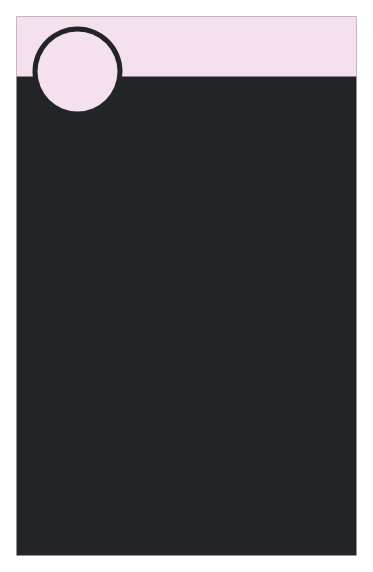
This is 未命名绘图.drawio from KagariET01/kagariet01.github.io, a draw.io file, before an edit. Source tidied: cells renumbered, new cells numbered last; positions are measured from the earlier drawing's top-left corner, leaving out a move shared by most shapes. Both pictures are drawn from the tidied source at 100%, with x=0, y=0 at pixel (16, 16).
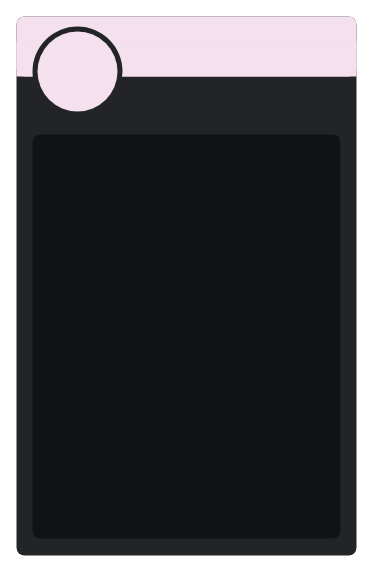
After the change.

Commit message:
更新未命名绘图.drawio

What changed in the source:
```diff
@@
 <mxGraphModel>
   <root>
     <mxCell id="0" />
     <mxCell id="1" parent="0" />
-    <mxCell id="2" style="rounded=0;whiteSpace=wrap;html=1;strokeColor=none;fillColor=#232428;" parent="1" vertex="1">
+    <mxCell id="2" style="rounded=1;whiteSpace=wrap;html=1;strokeColor=none;fillColor=#232428;arcSize=2.352;" parent="1" vertex="1">
       <mxGeometry width="340" height="539" as="geometry" />
     </mxCell>
-    <mxCell id="3" style="rounded=0;whiteSpace=wrap;html=1;fillColor=#f5e0ed;strokeColor=none;" parent="1" vertex="1">
+    <mxCell id="3" style="rounded=1;whiteSpace=wrap;html=1;fillColor=#f5e0ed;strokeColor=none;arcSize=13.3333;" parent="1" vertex="1">
       <mxGeometry width="340" height="60" as="geometry" />
     </mxCell>
+    <mxCell id="6" style="rounded=1;whiteSpace=wrap;html=1;strokeColor=none;fillColor=#111214;arcSize=2.5974;" parent="1" vertex="1">
+      <mxGeometry x="16" y="118" width="308" height="404" as="geometry" />
+    </mxCell>
+    <mxCell id="7" style="rounded=0;whiteSpace=wrap;html=1;fillColor=#f5e0ed;strokeColor=none;arcSize=13.3333;" parent="1" vertex="1">
+      <mxGeometry y="25" width="340" height="35" as="geometry" />
+    </mxCell>
     <mxCell id="4" style="ellipse;whiteSpace=wrap;html=1;strokeColor=none;fillColor=#232428;" parent="1" vertex="1">
       <mxGeometry x="16" y="10" width="90" height="90" as="geometry" />
     </mxCell>
     <mxCell id="5" style="ellipse;whiteSpace=wrap;html=1;strokeColor=none;fillColor=#F5E0ED;" parent="1" vertex="1">
       <mxGeometry x="21" y="15" width="80" height="80" as="geometry" />
     </mxCell>
   </root>
 </mxGraphModel>
```
